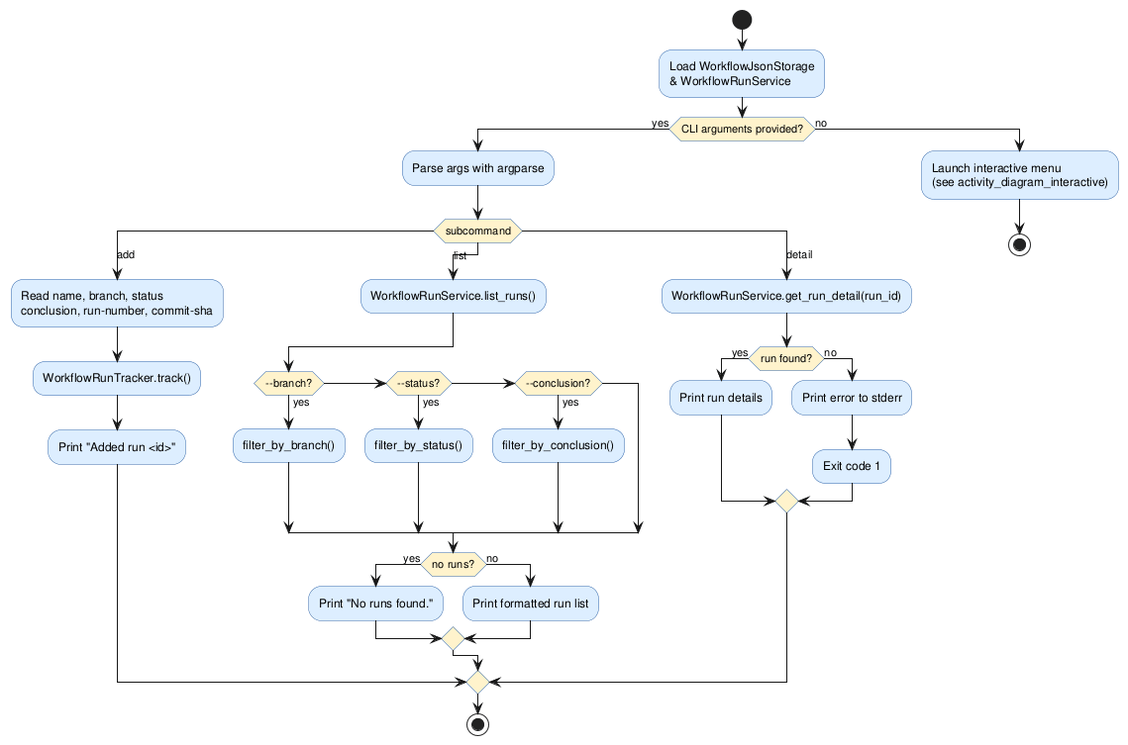
Before: experiments/broadcast/structured_text/github-workflow-manager/artifacts/activity_diagram_main.png, a diagram exported from PlantUML (DanielRiha8906/Software_autoevolution_using_agents). The source it was exported from:
```plantuml
@startuml activity_diagram_main

skinparam activityBackgroundColor #DDEEFF
skinparam activityBorderColor     #3366AA
skinparam activityDiamondBackgroundColor #FFF3CC

start

:Load WorkflowJsonStorage\n& WorkflowRunService;

if (CLI arguments provided?) then (yes)
  :Parse args with argparse;
  switch (subcommand)

    case (add)
      :Read name, branch, status\nconclusion, run-number, commit-sha;
      :WorkflowRunTracker.track();
      :Print "Added run <id>";

    case (list)
      :WorkflowRunService.list_runs();
      if (--branch?) then (yes)
        :filter_by_branch();
      elseif (--status?) then (yes)
        :filter_by_status();
      elseif (--conclusion?) then (yes)
        :filter_by_conclusion();
      endif
      if (no runs?) then (yes)
        :Print "No runs found.";
      else (no)
        :Print formatted run list;
      endif

    case (detail)
      :WorkflowRunService.get_run_detail(run_id);
      if (run found?) then (yes)
        :Print run details;
      else (no)
        :Print error to stderr;
        :Exit code 1;
      endif

  endswitch
  stop

else (no)
  :Launch interactive menu\n(see activity_diagram_interactive);
  stop
endif

@enduml
```
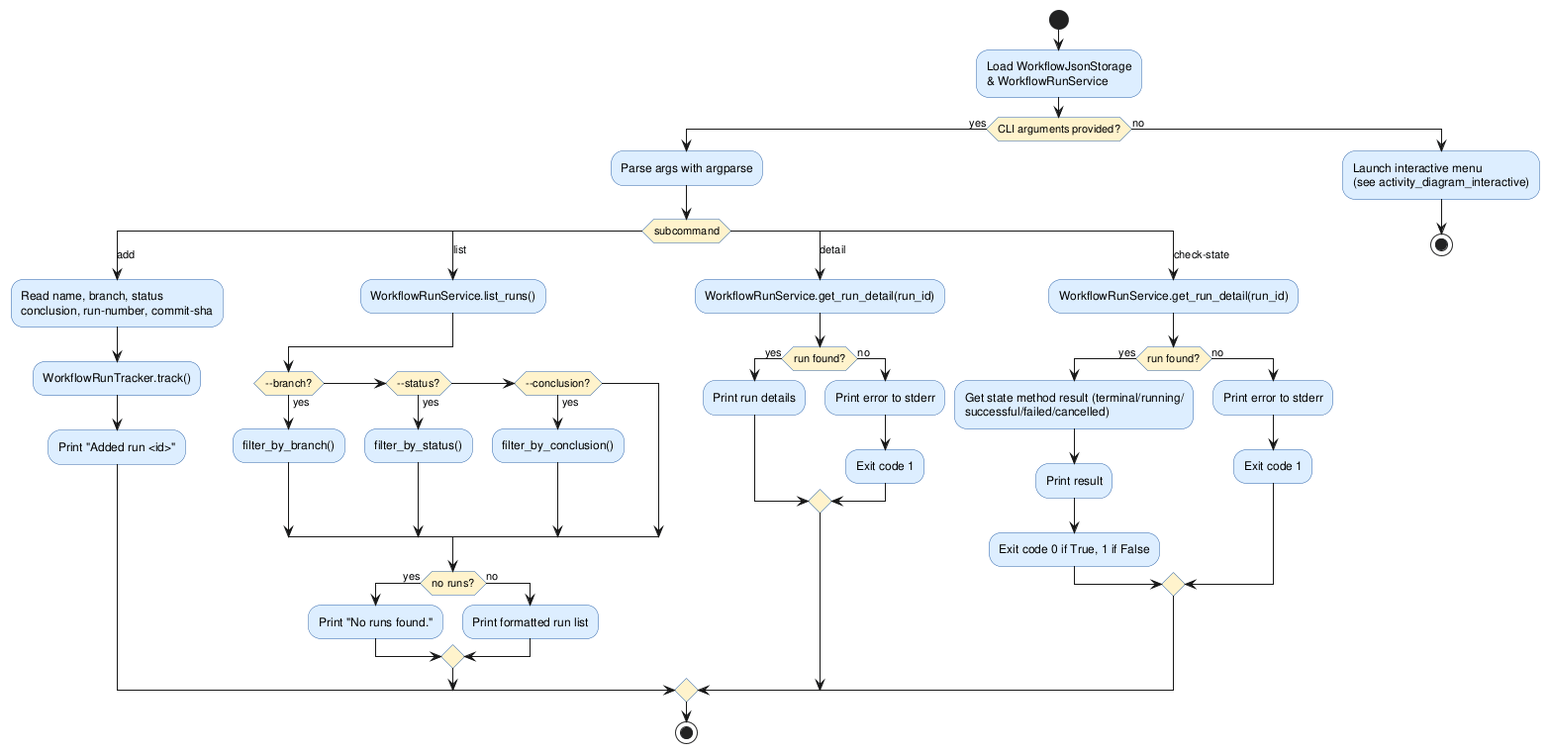
After the commit.

Change to the diagram source:
```diff
@@ -41,6 +41,17 @@
         :Exit code 1;
       endif
 
+    case (check-state)
+      :WorkflowRunService.get_run_detail(run_id);
+      if (run found?) then (yes)
+        :Get state method result (terminal/running/\nsuccessful/failed/cancelled);
+        :Print result;
+        :Exit code 0 if True, 1 if False;
+      else (no)
+        :Print error to stderr;
+        :Exit code 1;
+      endif
+
   endswitch
   stop
 
```
